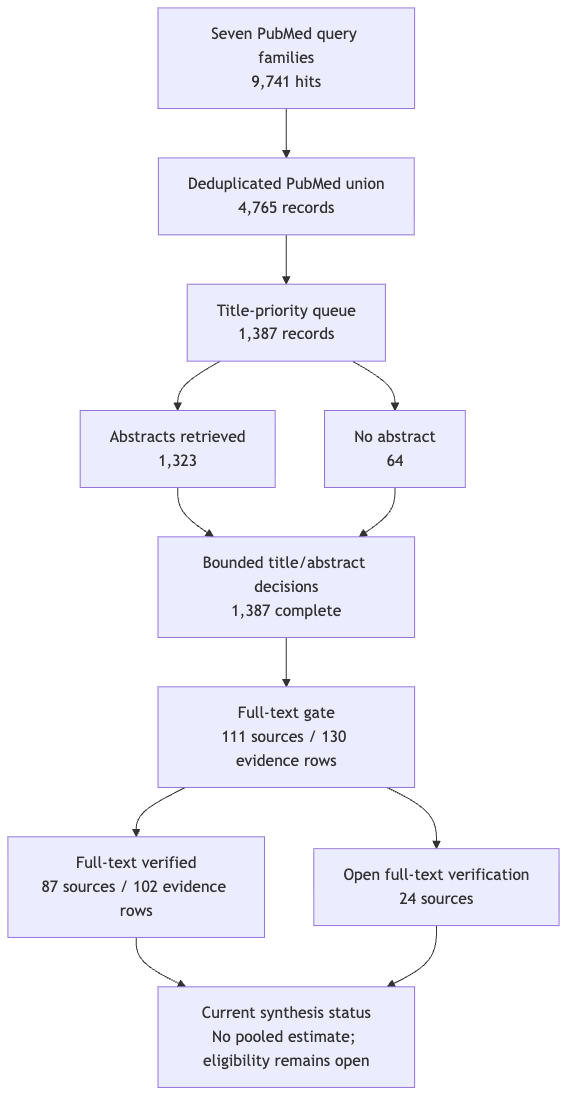
The Mermaid diagram manuscript/figures/figure-3-review-flow.png in dcmcshan/artemisia, before a commit. Its source is kept beside it as manuscript/figures/figure-3-review-flow.mmd.
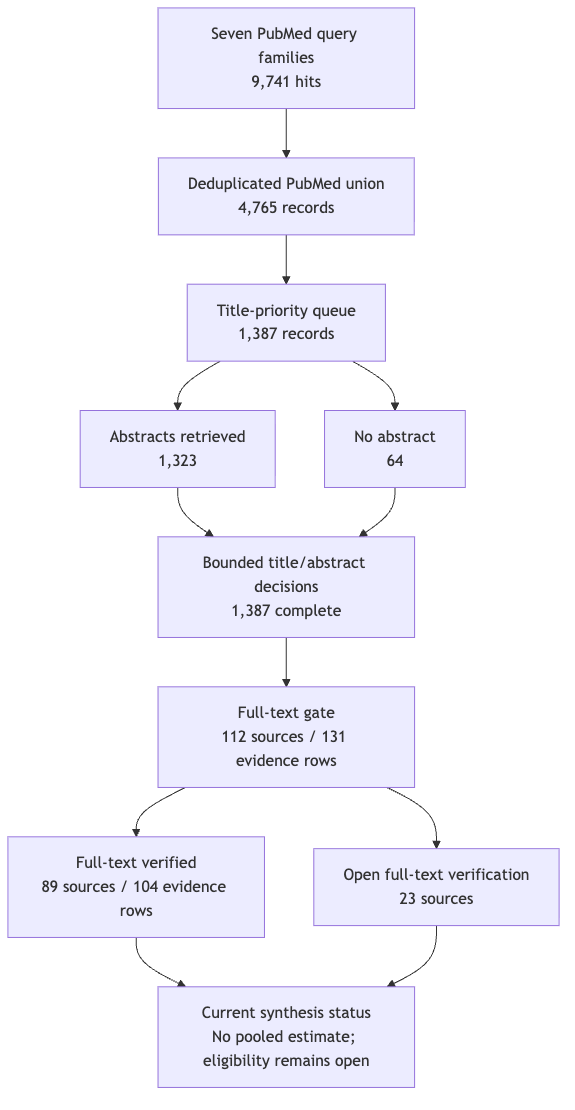
After the change.

Change to the diagram source:
```diff
@@ -5,8 +5,8 @@
   C --> E["No abstract<br/>64"]
   D --> F["Bounded title/abstract decisions<br/>1,387 complete"]
   E --> F
-  F --> G["Full-text gate<br/>111 sources / 130 evidence rows"]
-  G --> H["Full-text verified<br/>87 sources / 102 evidence rows"]
-  G --> I["Open full-text verification<br/>24 sources"]
+  F --> G["Full-text gate<br/>112 sources / 131 evidence rows"]
+  G --> H["Full-text verified<br/>89 sources / 104 evidence rows"]
+  G --> I["Open full-text verification<br/>23 sources"]
   H --> J["Current synthesis status<br/>No pooled estimate; eligibility remains open"]
   I --> J
```
